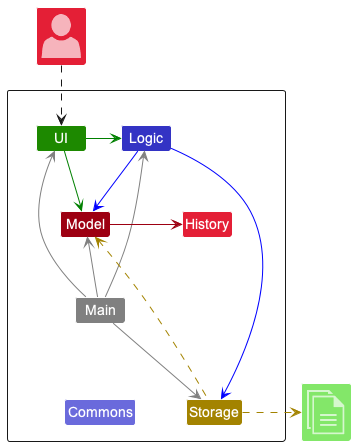
Above: docs/images/dg/ArchitectureDiagram.png in nus-cs2103-AY2223S1/tp (PlantUML), before the change.
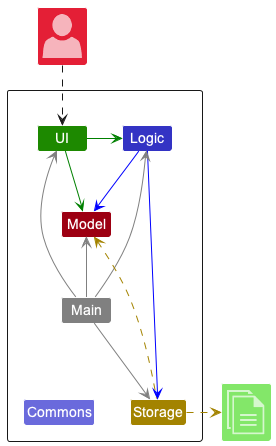
The same diagram one commit later.

What changed in the source:
```diff
@@ -7,7 +7,6 @@
 Package " "<<Rectangle>>{
     Class UI UI_COLOR
     Class Logic LOGIC_COLOR
-    Class History MODEL_COLOR_T2
     Class Storage STORAGE_COLOR
     Class Model MODEL_COLOR
     Class Main #grey
@@ -27,7 +26,6 @@
 Main -[#grey]-> Storage
 Main -up[#grey]-> Model
 Main -down[hidden]-> Commons
-Model -[MODEL_COLOR]> History
 
 Storage -up[STORAGE_COLOR].> Model
 Storage .right[STORAGE_COLOR].>File
```
